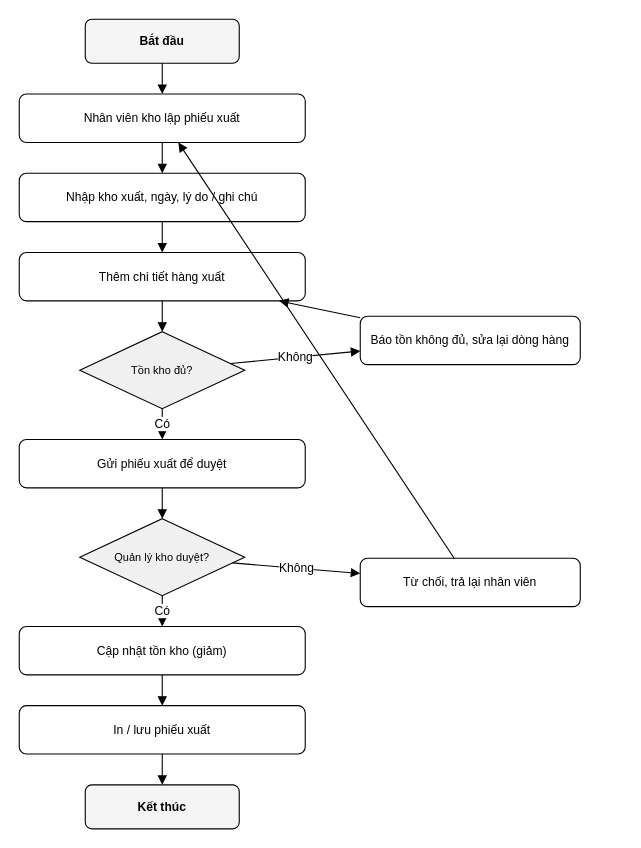
Before: diagram/drawio/2.2_activity_xuatkho.drawio in quangminh1212/Phan-tich-va-thiet-ke-he-thong, a draw.io diagram. Source tidied: cells renumbered, new cells numbered last; positions are measured from the earlier drawing's top-left corner, leaving out a move shared by most shapes. Both pictures are drawn from the tidied source at 110%, with x=0, y=0 at pixel (19, 19).
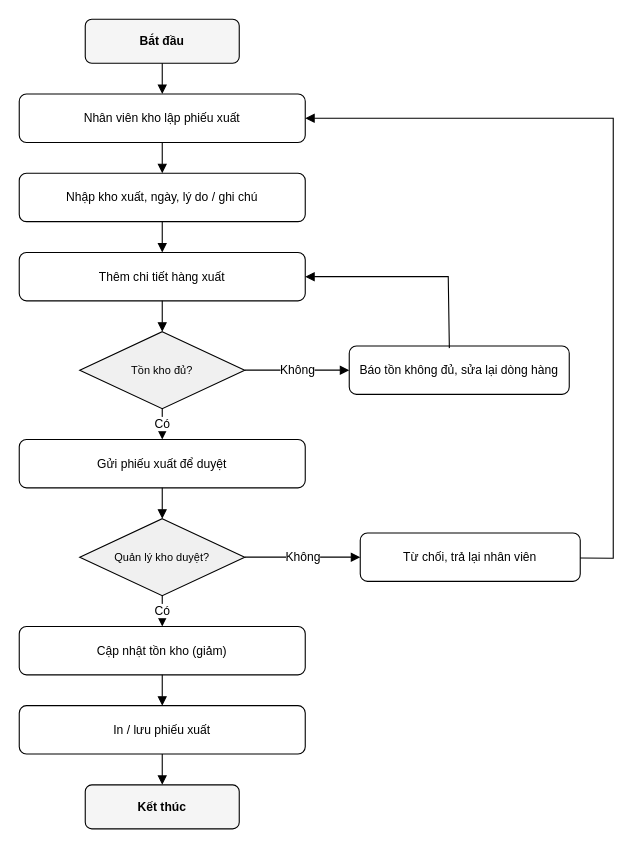
Above is the later version.

Unchanged cells that the change refers to:
```xml
<mxCell id="3" value="Nhân viên kho lập phiếu xuất" style="rounded=1;whiteSpace=wrap;html=1;fillColor=#FFFFFF;strokeColor=#000000;fontSize=11;align=center;" parent="1" vertex="1">
  <mxGeometry y="68" width="260" height="44" as="geometry" />
</mxCell>
<mxCell id="7" value="Thêm chi tiết hàng xuất" style="rounded=1;whiteSpace=wrap;html=1;fillColor=#FFFFFF;strokeColor=#000000;fontSize=11;align=center;" parent="1" vertex="1">
  <mxGeometry y="212" width="260" height="44" as="geometry" />
</mxCell>
```

Change to the diagram source:
```diff
@@
     <mxCell id="21" value="Báo tồn không đủ, sửa lại dòng hàng" style="rounded=1;whiteSpace=wrap;html=1;fillColor=#FFFFFF;strokeColor=#000000;fontSize=11;align=center;" parent="1" vertex="1">
-      <mxGeometry x="310" y="270" width="200" height="44" as="geometry" />
+      <mxGeometry x="300" y="297" width="200" height="44" as="geometry" />
     </mxCell>
@@
-    <mxCell id="23" style="endArrow=block;html=1;rounded=0;endFill=1;strokeColor=#000000;" parent="1" edge="1" source="21" target="7">
-      <mxGeometry relative="1" as="geometry" />
+    <mxCell id="23" style="endArrow=block;html=1;rounded=0;endFill=1;strokeColor=#000000;exitX=0.455;exitY=0.045;exitDx=0;exitDy=0;exitPerimeter=0;" parent="1" edge="1" source="21" target="7">
+      <mxGeometry relative="1" as="geometry">
+        <Array as="points">
+          <mxPoint x="390" y="234" />
+        </Array>
+      </mxGeometry>
     </mxCell>
     <mxCell id="24" value="Từ chối, trả lại nhân viên" style="rounded=1;whiteSpace=wrap;html=1;fillColor=#FFFFFF;strokeColor=#000000;fontSize=11;align=center;" parent="1" vertex="1">
-      <mxGeometry x="310" y="490" width="200" height="44" as="geometry" />
+      <mxGeometry x="310" y="467" width="200" height="44" as="geometry" />
     </mxCell>
@@
     <mxCell id="26" style="endArrow=block;html=1;rounded=0;endFill=1;strokeColor=#000000;" parent="1" edge="1" source="24" target="3">
-      <mxGeometry relative="1" as="geometry" />
+      <mxGeometry relative="1" as="geometry">
+        <Array as="points">
+          <mxPoint x="540" y="490" />
+          <mxPoint x="540" y="90" />
+        </Array>
+      </mxGeometry>
     </mxCell>
```
